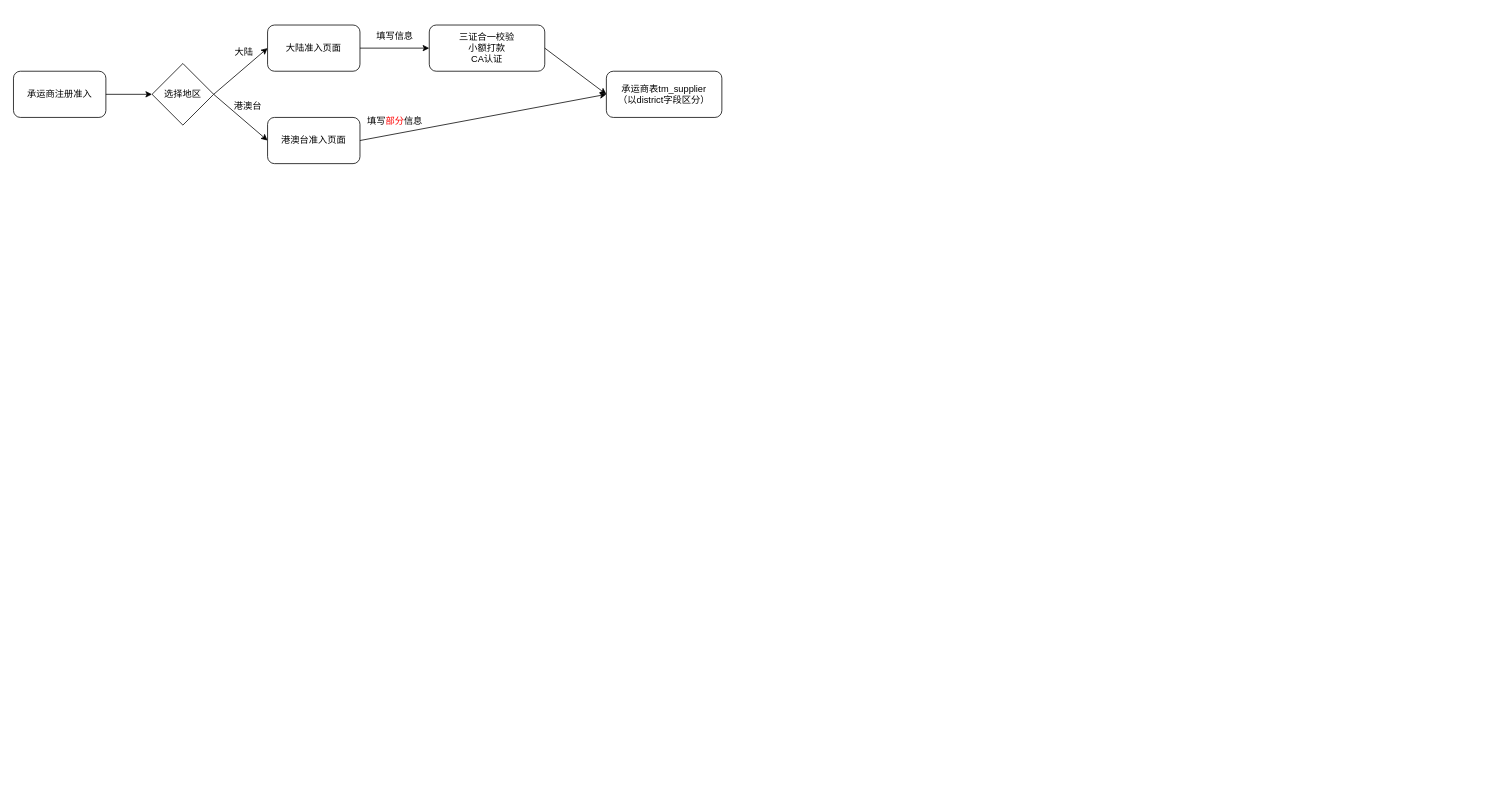
Before: 未命名绘图.drawio in fengpan0403/bak1, a draw.io diagram. Source tidied: cells renumbered, new cells numbered last; positions are measured from the earlier drawing's top-left corner, leaving out a move shared by most shapes. Both pictures are drawn from the tidied source at 77%, with x=0, y=0 at pixel (13, 25).
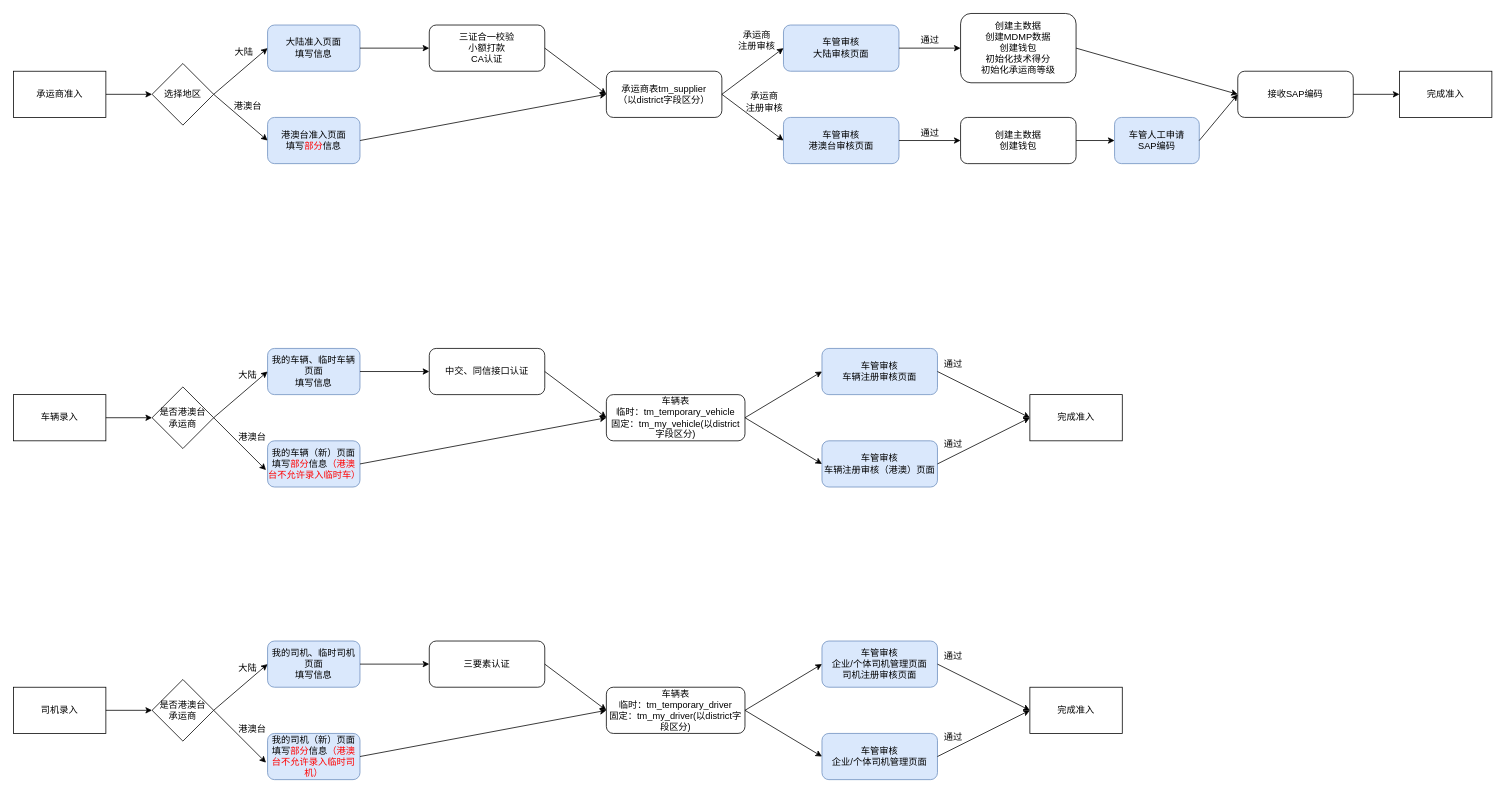
After the change.

Commit message (it also covers changes not shown here):
更新未命名绘图.drawio

Unchanged cells that the change refers to:
```xml
<mxCell id="5" value="选择地区" style="rhombus;whiteSpace=wrap;html=1;" parent="1" vertex="1">
  <mxGeometry x="180" y="50" width="80" height="80" as="geometry" />
</mxCell>
<mxCell id="11" value="承运商表tm_supplier&lt;br&gt;（以district字段区分）" style="rounded=1;whiteSpace=wrap;html=1;" parent="1" vertex="1">
  <mxGeometry x="770" y="60" width="150" height="60" as="geometry" />
</mxCell>
```

The edit, as a diff of the source:
```diff
@@
-    <mxCell id="2" value="承运商注册准入" style="rounded=1;whiteSpace=wrap;html=1;" parent="1" vertex="1">
-      <mxGeometry y="60" width="120" height="60" as="geometry" />
-    </mxCell>
-    <mxCell id="3" style="endArrow=classic;html=1;rounded=0;exitX=1;exitY=0.5;exitDx=0;exitDy=0;" parent="1" edge="1" source="2" target="5">
-      <mxGeometry relative="1" as="geometry" />
+    <mxCell id="3" style="endArrow=classic;html=1;rounded=0;exitX=1;exitY=0.5;exitDx=0;exitDy=0;" parent="1" edge="1" target="5">
+      <mxGeometry relative="1" as="geometry">
+        <mxPoint x="120" y="90" as="sourcePoint" />
+      </mxGeometry>
     </mxCell>
-    <mxCell id="4" value="大陆准入页面" style="rounded=1;whiteSpace=wrap;html=1;" parent="1" vertex="1">
+    <mxCell id="4" value="大陆准入页面&lt;br&gt;填写信息" style="rounded=1;whiteSpace=wrap;html=1;fillColor=#dae8fc;strokeColor=#6c8ebf;" parent="1" vertex="1">
       <mxGeometry x="330" width="120" height="60" as="geometry" />
     </mxCell>
@@
-    <mxCell id="7" value="港澳台准入页面" style="rounded=1;whiteSpace=wrap;html=1;" parent="1" vertex="1">
+    <mxCell id="7" value="港澳台准入页面&lt;br&gt;填写&lt;font style=&quot;border-color: var(--border-color);&quot; color=&quot;#ff0000&quot;&gt;部分&lt;/font&gt;&lt;span style=&quot;&quot;&gt;信息&lt;/span&gt;" style="rounded=1;whiteSpace=wrap;html=1;fillColor=#dae8fc;strokeColor=#6c8ebf;" parent="1" vertex="1">
       <mxGeometry x="330" y="120" width="120" height="60" as="geometry" />
     </mxCell>
@@
-    <mxCell id="14" value="填写信息" style="text;html=1;align=center;verticalAlign=middle;strokeColor=none;fillColor=none;" parent="1" vertex="1">
-      <mxGeometry x="460" width="70" height="30" as="geometry" />
-    </mxCell>
-    <mxCell id="15" value="填写&lt;font color=&quot;#ff0000&quot;&gt;部分&lt;/font&gt;信息" style="text;html=1;align=center;verticalAlign=middle;strokeColor=none;fillColor=none;" parent="1" vertex="1">
-      <mxGeometry x="445" y="110" width="100" height="30" as="geometry" />
-    </mxCell>
@@
+    <mxCell id="18" value="车管审核&lt;br&gt;大陆审核页面" style="rounded=1;whiteSpace=wrap;html=1;fillColor=#dae8fc;strokeColor=#6c8ebf;" parent="1" vertex="1">
+      <mxGeometry x="1000" width="150" height="60" as="geometry" />
+    </mxCell>
+    <mxCell id="19" style="endArrow=classic;html=1;rounded=0;entryX=0;entryY=0.5;entryDx=0;entryDy=0;" parent="1" edge="1" target="18">
+      <mxGeometry relative="1" as="geometry">
+        <mxPoint x="920" y="90" as="sourcePoint" />
+      </mxGeometry>
+    </mxCell>
+    <mxCell id="20" value="创建主数据&lt;br&gt;创建MDMP数据&lt;br&gt;创建钱包&lt;br&gt;初始化技术得分&lt;br&gt;初始化承运商等级" style="rounded=1;whiteSpace=wrap;html=1;" parent="1" vertex="1">
+      <mxGeometry x="1230" y="-15" width="150" height="90" as="geometry" />
+    </mxCell>
+    <mxCell id="21" style="endArrow=classic;html=1;rounded=0;entryX=0;entryY=0.5;entryDx=0;entryDy=0;exitX=1;exitY=0.5;exitDx=0;exitDy=0;" parent="1" edge="1" source="18" target="20">
+      <mxGeometry relative="1" as="geometry" />
+    </mxCell>
+    <mxCell id="22" value="车管审核&lt;br&gt;港澳台审核页面" style="rounded=1;whiteSpace=wrap;html=1;fillColor=#dae8fc;strokeColor=#6c8ebf;" parent="1" vertex="1">
+      <mxGeometry x="1000" y="120" width="150" height="60" as="geometry" />
+    </mxCell>
+    <mxCell id="23" style="endArrow=classic;html=1;rounded=0;entryX=0;entryY=0.5;entryDx=0;entryDy=0;exitX=1;exitY=0.5;exitDx=0;exitDy=0;" parent="1" edge="1" source="11" target="22">
+      <mxGeometry relative="1" as="geometry" />
+    </mxCell>
+    <mxCell id="24" value="承运商&lt;br&gt;注册审核" style="text;html=1;align=center;verticalAlign=middle;strokeColor=none;fillColor=none;" parent="1" vertex="1">
+      <mxGeometry x="930" width="70" height="40" as="geometry" />
+    </mxCell>
+    <mxCell id="25" value="承运商&lt;br&gt;注册审核" style="text;html=1;align=center;verticalAlign=middle;strokeColor=none;fillColor=none;" parent="1" vertex="1">
+      <mxGeometry x="940" y="80" width="70" height="40" as="geometry" />
+    </mxCell>
+    <mxCell id="26" value="创建主数据&lt;br&gt;创建钱包" style="rounded=1;whiteSpace=wrap;html=1;" parent="1" vertex="1">
+      <mxGeometry x="1230" y="120" width="150" height="60" as="geometry" />
+    </mxCell>
+    <mxCell id="27" style="endArrow=classic;html=1;rounded=0;exitX=1;exitY=0.5;exitDx=0;exitDy=0;" parent="1" edge="1" source="22">
+      <mxGeometry relative="1" as="geometry">
+        <mxPoint x="1230" y="150" as="targetPoint" />
+      </mxGeometry>
+    </mxCell>
+    <mxCell id="28" value="通过" style="text;html=1;align=center;verticalAlign=middle;strokeColor=none;fillColor=none;" parent="1" vertex="1">
+      <mxGeometry x="1165" y="5" width="50" height="30" as="geometry" />
+    </mxCell>
+    <mxCell id="29" value="通过" style="text;html=1;align=center;verticalAlign=middle;strokeColor=none;fillColor=none;" parent="1" vertex="1">
+      <mxGeometry x="1165" y="125" width="50" height="30" as="geometry" />
+    </mxCell>
+    <mxCell id="30" value="车管人工申请&lt;br&gt;SAP编码" style="rounded=1;whiteSpace=wrap;html=1;fillColor=#dae8fc;strokeColor=#6c8ebf;" parent="1" vertex="1">
+      <mxGeometry x="1430" y="120" width="110" height="60" as="geometry" />
+    </mxCell>
+    <mxCell id="31" style="endArrow=classic;html=1;rounded=0;" parent="1" edge="1">
+      <mxGeometry relative="1" as="geometry">
+        <mxPoint x="1380" y="150" as="sourcePoint" />
+        <mxPoint x="1430" y="150" as="targetPoint" />
+        <Array as="points">
+          <mxPoint x="1430" y="150" />
+        </Array>
+      </mxGeometry>
+    </mxCell>
+    <mxCell id="32" value="接收SAP编码" style="rounded=1;whiteSpace=wrap;html=1;" parent="1" vertex="1">
+      <mxGeometry x="1590" y="60" width="150" height="60" as="geometry" />
+    </mxCell>
+    <mxCell id="33" style="endArrow=classic;html=1;rounded=0;exitX=1;exitY=0.5;exitDx=0;exitDy=0;entryX=0;entryY=0.5;entryDx=0;entryDy=0;" parent="1" edge="1" source="20" target="32">
+      <mxGeometry relative="1" as="geometry" />
+    </mxCell>
+    <mxCell id="34" style="endArrow=classic;html=1;rounded=0;exitX=1;exitY=0.5;exitDx=0;exitDy=0;entryX=0;entryY=0.5;entryDx=0;entryDy=0;" parent="1" edge="1" source="30" target="32">
+      <mxGeometry relative="1" as="geometry" />
+    </mxCell>
+    <mxCell id="35" value="完成准入" style="rounded=0;whiteSpace=wrap;html=1;" parent="1" vertex="1">
+      <mxGeometry x="1800" y="60" width="120" height="60" as="geometry" />
+    </mxCell>
+    <mxCell id="36" style="endArrow=classic;html=1;rounded=0;exitX=1;exitY=0.5;exitDx=0;exitDy=0;entryX=0;entryY=0.5;entryDx=0;entryDy=0;" parent="1" edge="1" source="32" target="35">
+      <mxGeometry relative="1" as="geometry" />
+    </mxCell>
+    <mxCell id="37" value="承运商准入" style="rounded=0;whiteSpace=wrap;html=1;" parent="1" vertex="1">
+      <mxGeometry y="60" width="120" height="60" as="geometry" />
+    </mxCell>
+    <mxCell id="38" value="车辆录入" style="rounded=0;whiteSpace=wrap;html=1;" parent="1" vertex="1">
+      <mxGeometry y="480" width="120" height="60" as="geometry" />
+    </mxCell>
+    <mxCell id="39" value="是否港澳台&lt;br&gt;承运商" style="rhombus;whiteSpace=wrap;html=1;" parent="1" vertex="1">
+      <mxGeometry x="180" y="470" width="80" height="80" as="geometry" />
+    </mxCell>
+    <mxCell id="40" style="endArrow=classic;html=1;rounded=0;exitX=1;exitY=0.5;exitDx=0;exitDy=0;entryX=0;entryY=0.5;entryDx=0;entryDy=0;" parent="1" edge="1" source="38" target="39">
+      <mxGeometry relative="1" as="geometry" />
+    </mxCell>
+    <mxCell id="41" value="我的车辆、临时车辆页面&lt;br&gt;填写信息" style="rounded=1;whiteSpace=wrap;html=1;fillColor=#dae8fc;strokeColor=#6c8ebf;" parent="1" vertex="1">
+      <mxGeometry x="330" y="420" width="120" height="60" as="geometry" />
+    </mxCell>
+    <mxCell id="42" value="我的车辆（新）页面&lt;br&gt;填写&lt;font style=&quot;border-color: var(--border-color);&quot; color=&quot;#ff0000&quot;&gt;部分&lt;/font&gt;信息&lt;font color=&quot;#ff0000&quot;&gt;（港澳台不允许录入临时车）&lt;/font&gt;" style="rounded=1;whiteSpace=wrap;html=1;fillColor=#dae8fc;strokeColor=#6c8ebf;" parent="1" vertex="1">
+      <mxGeometry x="330" y="540" width="120" height="60" as="geometry" />
+    </mxCell>
+    <mxCell id="43" style="endArrow=classic;html=1;rounded=0;exitX=1;exitY=0.5;exitDx=0;exitDy=0;entryX=0;entryY=0.5;entryDx=0;entryDy=0;" parent="1" edge="1" source="39" target="41">
+      <mxGeometry relative="1" as="geometry" />
+    </mxCell>
+    <mxCell id="44" style="endArrow=classic;html=1;rounded=0;entryX=-0.017;entryY=0.633;entryDx=0;entryDy=0;entryPerimeter=0;" parent="1" edge="1" target="42">
+      <mxGeometry relative="1" as="geometry">
+        <mxPoint x="260" y="510" as="sourcePoint" />
+      </mxGeometry>
+    </mxCell>
+    <mxCell id="45" value="港澳台" style="text;html=1;align=center;verticalAlign=middle;strokeColor=none;fillColor=none;" parent="1" vertex="1">
+      <mxGeometry x="280" y="520" width="60" height="30" as="geometry" />
+    </mxCell>
+    <mxCell id="46" value="大陆" style="text;html=1;align=center;verticalAlign=middle;strokeColor=none;fillColor=none;" parent="1" vertex="1">
+      <mxGeometry x="279" y="440" width="50" height="30" as="geometry" />
+    </mxCell>
+    <mxCell id="47" value="中交、同信接口认证" style="rounded=1;whiteSpace=wrap;html=1;" parent="1" vertex="1">
+      <mxGeometry x="540" y="420" width="150" height="60" as="geometry" />
+    </mxCell>
+    <mxCell id="48" style="endArrow=classic;html=1;rounded=0;exitX=1;exitY=0.5;exitDx=0;exitDy=0;entryX=0;entryY=0.5;entryDx=0;entryDy=0;" parent="1" edge="1" source="41" target="47">
+      <mxGeometry relative="1" as="geometry" />
+    </mxCell>
+    <mxCell id="49" value="车辆表&lt;br&gt;临时：tm_temporary_vehicle&lt;br&gt;固定：tm_my_vehicle(以district字段区分)" style="rounded=1;whiteSpace=wrap;html=1;" parent="1" vertex="1">
+      <mxGeometry x="770" y="480" width="180" height="60" as="geometry" />
+    </mxCell>
+    <mxCell id="50" style="endArrow=classic;html=1;rounded=0;exitX=1;exitY=0.5;exitDx=0;exitDy=0;entryX=0;entryY=0.5;entryDx=0;entryDy=0;" parent="1" edge="1" source="42" target="49">
+      <mxGeometry relative="1" as="geometry" />
+    </mxCell>
+    <mxCell id="51" style="endArrow=classic;html=1;rounded=0;exitX=1;exitY=0.5;exitDx=0;exitDy=0;" parent="1" edge="1" source="47">
+      <mxGeometry relative="1" as="geometry">
+        <mxPoint x="770" y="510" as="targetPoint" />
+      </mxGeometry>
+    </mxCell>
+    <mxCell id="52" value="车管审核&lt;br&gt;车辆注册审核页面" style="rounded=1;whiteSpace=wrap;html=1;fillColor=#dae8fc;strokeColor=#6c8ebf;" parent="1" vertex="1">
+      <mxGeometry x="1050" y="420" width="150" height="60" as="geometry" />
+    </mxCell>
+    <mxCell id="53" value="车管审核&lt;br&gt;车辆注册审核（港澳）页面" style="rounded=1;whiteSpace=wrap;html=1;fillColor=#dae8fc;strokeColor=#6c8ebf;" parent="1" vertex="1">
+      <mxGeometry x="1050" y="540" width="150" height="60" as="geometry" />
+    </mxCell>
+    <mxCell id="54" style="endArrow=classic;html=1;rounded=0;exitX=1;exitY=0.5;exitDx=0;exitDy=0;entryX=0;entryY=0.5;entryDx=0;entryDy=0;" parent="1" edge="1" source="49" target="52">
+      <mxGeometry relative="1" as="geometry" />
+    </mxCell>
+    <mxCell id="55" style="endArrow=classic;html=1;rounded=0;entryX=0;entryY=0.5;entryDx=0;entryDy=0;" parent="1" edge="1" target="53">
+      <mxGeometry relative="1" as="geometry">
+        <mxPoint x="950" y="510" as="sourcePoint" />
+      </mxGeometry>
+    </mxCell>
+    <mxCell id="56" value="完成准入" style="rounded=0;whiteSpace=wrap;html=1;" parent="1" vertex="1">
+      <mxGeometry x="1320" y="480" width="120" height="60" as="geometry" />
+    </mxCell>
+    <mxCell id="57" style="endArrow=classic;html=1;rounded=0;exitX=1;exitY=0.5;exitDx=0;exitDy=0;entryX=0;entryY=0.5;entryDx=0;entryDy=0;" parent="1" edge="1" source="52" target="56">
+      <mxGeometry relative="1" as="geometry" />
+    </mxCell>
+    <mxCell id="58" style="endArrow=classic;html=1;rounded=0;exitX=1;exitY=0.5;exitDx=0;exitDy=0;entryX=0;entryY=0.5;entryDx=0;entryDy=0;" parent="1" edge="1" source="53" target="56">
+      <mxGeometry relative="1" as="geometry" />
+    </mxCell>
+    <mxCell id="59" value="通过" style="text;html=1;align=center;verticalAlign=middle;strokeColor=none;fillColor=none;" parent="1" vertex="1">
+      <mxGeometry x="1195" y="425" width="50" height="30" as="geometry" />
+    </mxCell>
+    <mxCell id="60" value="通过" style="text;html=1;align=center;verticalAlign=middle;strokeColor=none;fillColor=none;" parent="1" vertex="1">
+      <mxGeometry x="1195" y="530" width="50" height="30" as="geometry" />
+    </mxCell>
+    <mxCell id="61" value="司机录入" style="rounded=0;whiteSpace=wrap;html=1;" parent="1" vertex="1">
+      <mxGeometry y="860" width="120" height="60" as="geometry" />
+    </mxCell>
+    <mxCell id="62" value="是否港澳台&lt;br&gt;承运商" style="rhombus;whiteSpace=wrap;html=1;" parent="1" vertex="1">
+      <mxGeometry x="180" y="850" width="80" height="80" as="geometry" />
+    </mxCell>
+    <mxCell id="63" style="endArrow=classic;html=1;rounded=0;exitX=1;exitY=0.5;exitDx=0;exitDy=0;entryX=0;entryY=0.5;entryDx=0;entryDy=0;" parent="1" edge="1" source="61" target="62">
+      <mxGeometry relative="1" as="geometry" />
+    </mxCell>
+    <mxCell id="64" value="我的司机、临时司机页面&lt;br&gt;填写信息" style="rounded=1;whiteSpace=wrap;html=1;fillColor=#dae8fc;strokeColor=#6c8ebf;" parent="1" vertex="1">
+      <mxGeometry x="330" y="800" width="120" height="60" as="geometry" />
+    </mxCell>
+    <mxCell id="65" value="我的司机（新）页面&lt;br&gt;填写&lt;font style=&quot;border-color: var(--border-color);&quot; color=&quot;#ff0000&quot;&gt;部分&lt;/font&gt;信息&lt;font color=&quot;#ff0000&quot;&gt;（港澳台不允许录入临时司机）&lt;/font&gt;" style="rounded=1;whiteSpace=wrap;html=1;fillColor=#dae8fc;strokeColor=#6c8ebf;" parent="1" vertex="1">
+      <mxGeometry x="330" y="920" width="120" height="60" as="geometry" />
+    </mxCell>
+    <mxCell id="66" style="endArrow=classic;html=1;rounded=0;exitX=1;exitY=0.5;exitDx=0;exitDy=0;entryX=0;entryY=0.5;entryDx=0;entryDy=0;" parent="1" edge="1" source="62" target="64">
+      <mxGeometry relative="1" as="geometry" />
+    </mxCell>
+    <mxCell id="67" style="endArrow=classic;html=1;rounded=0;entryX=-0.017;entryY=0.633;entryDx=0;entryDy=0;entryPerimeter=0;" parent="1" edge="1" target="65">
+      <mxGeometry relative="1" as="geometry">
+        <mxPoint x="260" y="890" as="sourcePoint" />
+      </mxGeometry>
+    </mxCell>
+    <mxCell id="68" value="港澳台" style="text;html=1;align=center;verticalAlign=middle;strokeColor=none;fillColor=none;" parent="1" vertex="1">
+      <mxGeometry x="280" y="900" width="60" height="30" as="geometry" />
+    </mxCell>
+    <mxCell id="69" value="大陆" style="text;html=1;align=center;verticalAlign=middle;strokeColor=none;fillColor=none;" parent="1" vertex="1">
+      <mxGeometry x="279" y="820" width="50" height="30" as="geometry" />
+    </mxCell>
+    <mxCell id="70" value="三要素认证" style="rounded=1;whiteSpace=wrap;html=1;" parent="1" vertex="1">
+      <mxGeometry x="540" y="800" width="150" height="60" as="geometry" />
+    </mxCell>
+    <mxCell id="71" style="endArrow=classic;html=1;rounded=0;exitX=1;exitY=0.5;exitDx=0;exitDy=0;entryX=0;entryY=0.5;entryDx=0;entryDy=0;" parent="1" edge="1" source="64" target="70">
+      <mxGeometry relative="1" as="geometry" />
+    </mxCell>
+    <mxCell id="72" value="车辆表&lt;br&gt;临时：tm_temporary_driver&lt;br&gt;固定：tm_my_driver(以district字段区分)" style="rounded=1;whiteSpace=wrap;html=1;" parent="1" vertex="1">
+      <mxGeometry x="770" y="860" width="180" height="60" as="geometry" />
+    </mxCell>
+    <mxCell id="73" style="endArrow=classic;html=1;rounded=0;exitX=1;exitY=0.5;exitDx=0;exitDy=0;entryX=0;entryY=0.5;entryDx=0;entryDy=0;" parent="1" edge="1" source="65" target="72">
+      <mxGeometry relative="1" as="geometry" />
+    </mxCell>
+    <mxCell id="74" style="endArrow=classic;html=1;rounded=0;exitX=1;exitY=0.5;exitDx=0;exitDy=0;" parent="1" edge="1" source="70">
+      <mxGeometry relative="1" as="geometry">
+        <mxPoint x="770" y="890" as="targetPoint" />
+      </mxGeometry>
+    </mxCell>
+    <mxCell id="75" value="车管审核&lt;br&gt;企业/个体司机管理页面&lt;br&gt;司机注册审核页面" style="rounded=1;whiteSpace=wrap;html=1;fillColor=#dae8fc;strokeColor=#6c8ebf;" parent="1" vertex="1">
+      <mxGeometry x="1050" y="800" width="150" height="60" as="geometry" />
+    </mxCell>
+    <mxCell id="76" value="车管审核&lt;br&gt;企业/个体司机管理页面" style="rounded=1;whiteSpace=wrap;html=1;fillColor=#dae8fc;strokeColor=#6c8ebf;" parent="1" vertex="1">
+      <mxGeometry x="1050" y="920" width="150" height="60" as="geometry" />
+    </mxCell>
+    <mxCell id="77" style="endArrow=classic;html=1;rounded=0;exitX=1;exitY=0.5;exitDx=0;exitDy=0;entryX=0;entryY=0.5;entryDx=0;entryDy=0;" parent="1" edge="1" source="72" target="75">
+      <mxGeometry relative="1" as="geometry" />
+    </mxCell>
+    <mxCell id="78" style="endArrow=classic;html=1;rounded=0;entryX=0;entryY=0.5;entryDx=0;entryDy=0;" parent="1" edge="1" target="76">
+      <mxGeometry relative="1" as="geometry">
+        <mxPoint x="950" y="890" as="sourcePoint" />
+      </mxGeometry>
+    </mxCell>
+    <mxCell id="79" value="完成准入" style="rounded=0;whiteSpace=wrap;html=1;" parent="1" vertex="1">
+      <mxGeometry x="1320" y="860" width="120" height="60" as="geometry" />
+    </mxCell>
+    <mxCell id="80" style="endArrow=classic;html=1;rounded=0;exitX=1;exitY=0.5;exitDx=0;exitDy=0;entryX=0;entryY=0.5;entryDx=0;entryDy=0;" parent="1" edge="1" source="75" target="79">
+      <mxGeometry relative="1" as="geometry" />
+    </mxCell>
+    <mxCell id="81" style="endArrow=classic;html=1;rounded=0;exitX=1;exitY=0.5;exitDx=0;exitDy=0;entryX=0;entryY=0.5;entryDx=0;entryDy=0;" parent="1" edge="1" source="76" target="79">
+      <mxGeometry relative="1" as="geometry" />
+    </mxCell>
+    <mxCell id="82" value="通过" style="text;html=1;align=center;verticalAlign=middle;strokeColor=none;fillColor=none;" parent="1" vertex="1">
+      <mxGeometry x="1195" y="805" width="50" height="30" as="geometry" />
+    </mxCell>
+    <mxCell id="83" value="通过" style="text;html=1;align=center;verticalAlign=middle;strokeColor=none;fillColor=none;" parent="1" vertex="1">
+      <mxGeometry x="1195" y="910" width="50" height="30" as="geometry" />
+    </mxCell>
```
